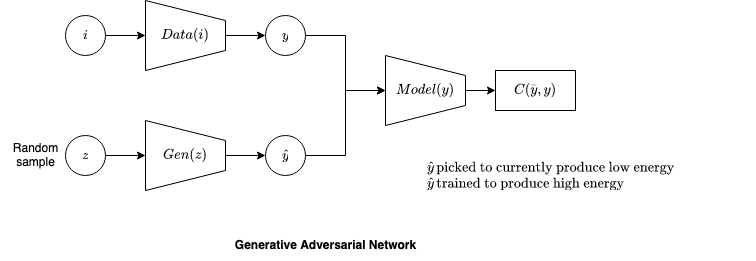
Above: machine_learning/diagrams/gan.drawio.png in analytiq-hub/sigagent.github.io (draw.io), before the change. Source tidied: cells renumbered, new cells last; positions are measured from the earlier drawing's top-left corner, leaving out a move shared by most shapes.
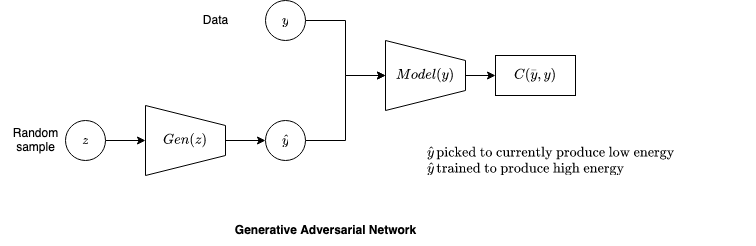
After the commit.

Diff of the diagram source:
```diff
@@ -23,18 +23,6 @@
     <mxCell id="8" value="$$Gen(z)$$" style="shape=trapezoid;perimeter=trapezoidPerimeter;whiteSpace=wrap;html=1;fixedSize=1;direction=south;" parent="1" vertex="1">
       <mxGeometry x="145" y="120" width="80" height="70" as="geometry" />
     </mxCell>
-    <mxCell id="9" style="edgeStyle=orthogonalEdgeStyle;rounded=0;jettySize=auto;html=1;exitX=1;exitY=0.5;exitDx=0;exitDy=0;entryX=0.5;entryY=1;entryDx=0;entryDy=0;" parent="1" edge="1" source="10" target="12">
-      <mxGeometry relative="1" as="geometry" />
-    </mxCell>
-    <mxCell id="10" value="$$i$$" style="ellipse;whiteSpace=wrap;html=1;" parent="1" vertex="1">
-      <mxGeometry x="65" y="15" width="40" height="40" as="geometry" />
-    </mxCell>
-    <mxCell id="11" style="edgeStyle=orthogonalEdgeStyle;rounded=0;jettySize=auto;html=1;exitX=0.5;exitY=0;exitDx=0;exitDy=0;entryX=0;entryY=0.5;entryDx=0;entryDy=0;" parent="1" edge="1" source="12" target="16">
-      <mxGeometry relative="1" as="geometry" />
-    </mxCell>
-    <mxCell id="12" value="$$Data(i)$$" style="shape=trapezoid;perimeter=trapezoidPerimeter;whiteSpace=wrap;html=1;fixedSize=1;direction=south;" parent="1" vertex="1">
-      <mxGeometry x="145" width="80" height="70" as="geometry" />
-    </mxCell>
     <mxCell id="13" style="edgeStyle=orthogonalEdgeStyle;rounded=0;jettySize=auto;html=1;entryX=0.5;entryY=1;entryDx=0;entryDy=0;" parent="1" edge="1" source="14" target="19">
       <mxGeometry relative="1" as="geometry" />
     </mxCell>
@@ -56,5 +44,8 @@
     <mxCell id="19" value="$$Model(y)$$" style="shape=trapezoid;perimeter=trapezoidPerimeter;whiteSpace=wrap;html=1;fixedSize=1;direction=south;" parent="1" vertex="1">
       <mxGeometry x="385" y="55" width="80" height="70" as="geometry" />
     </mxCell>
+    <mxCell id="20" value="Data" style="text;html=1;align=center;verticalAlign=middle;strokeColor=none;fillColor=none;" parent="1" vertex="1">
+      <mxGeometry x="190" y="20" width="50" height="30" as="geometry" />
+    </mxCell>
   </root>
 </mxGraphModel>
```
